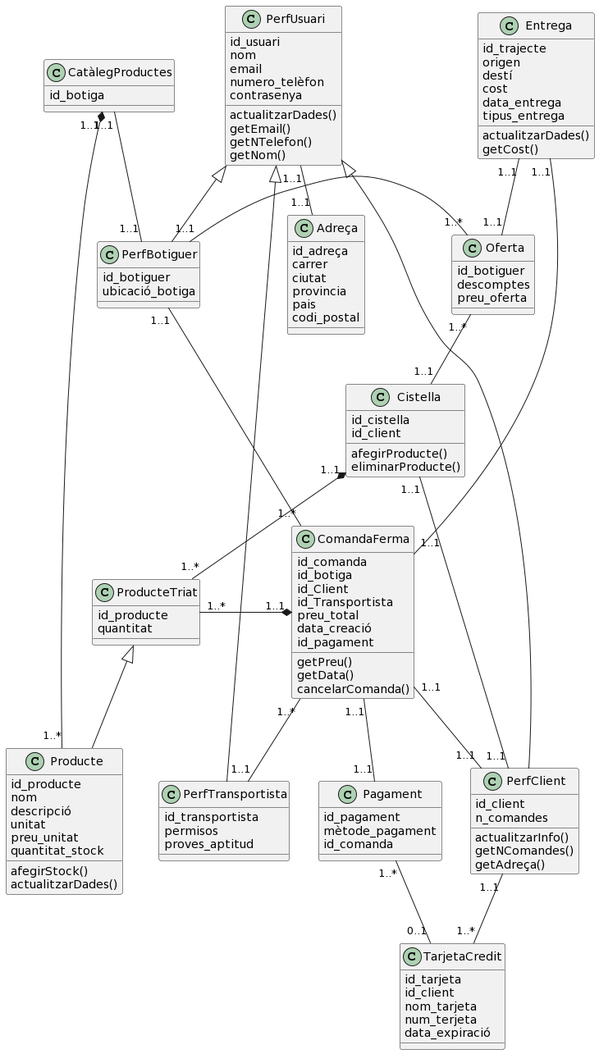
yeray142/es2022uab keeps this PlantUML diagram as diagrams/sprint3_diag_classes.png. Above is the earlier version.
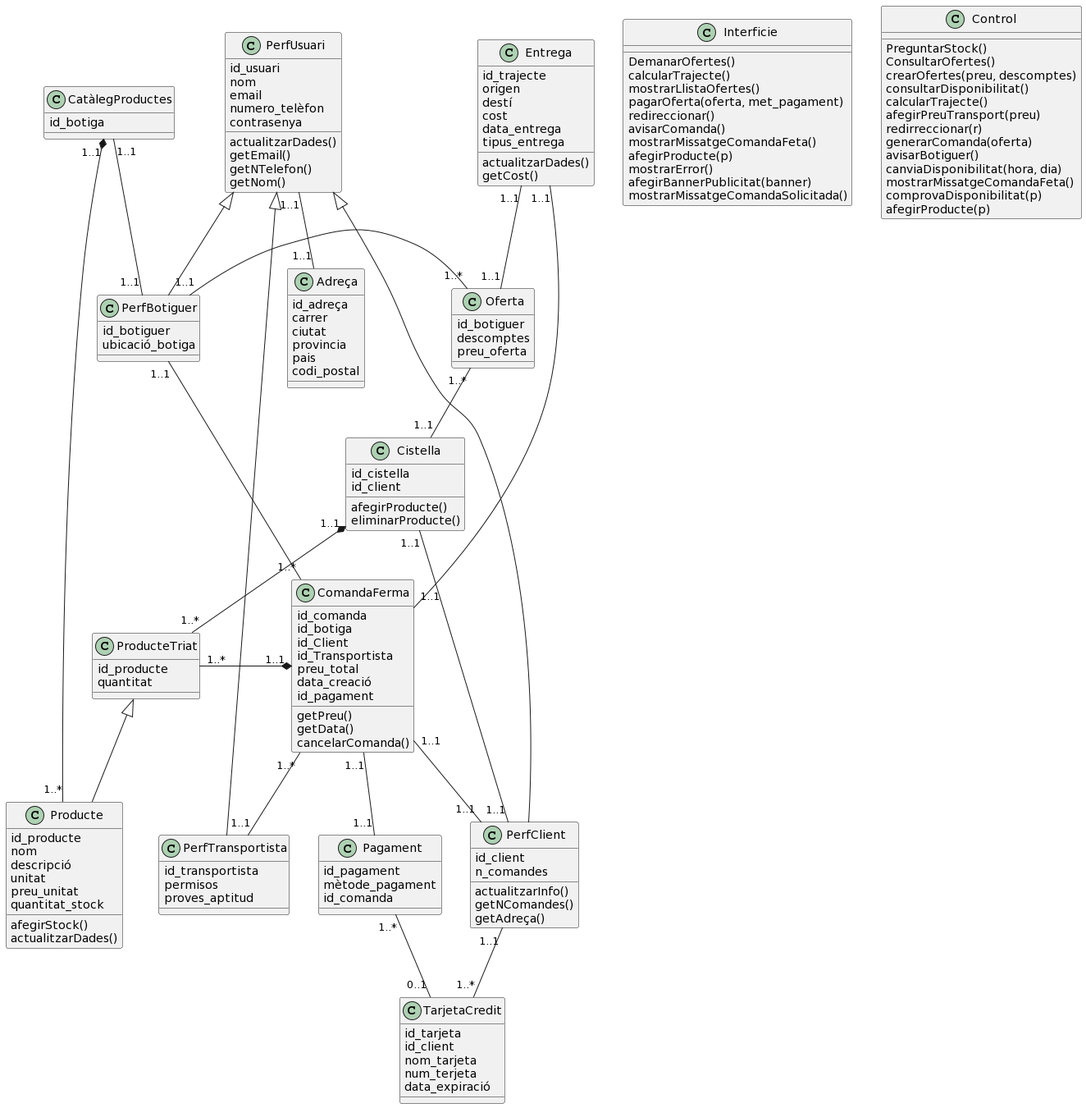
Later version of the same file.

Commit message:
Millores al diagrama de classes

Petits canvis al diagrama de classes.

What changed in the source:
```diff
@@ -138,4 +138,34 @@
 Pagament "1..*"--"0..1" TarjetaCredit
 PerfClient "1..1"--"1..*" TarjetaCredit
 ComandaFerma "1..1"--"1..1" Pagament
+
+class Interficie {
+DemanarOfertes()
+calcularTrajecte()
+mostrarLlistaOfertes()
+pagarOferta(oferta, met_pagament)
+redireccionar()
+avisarComanda()
+mostrarMissatgeComandaFeta()
+afegirProducte(p)
+mostrarError()
+afegirBannerPublicitat(banner)
+mostrarMissatgeComandaSolicitada()
+}
+
+class Control {
+PreguntarStock()
+ConsultarOfertes()
+crearOfertes(preu, descomptes)
+consultarDisponibilitat()
+calcularTrajecte()
+afegirPreuTransport(preu)
+redirreccionar(r)
+generarComanda(oferta)
+avisarBotiguer()
+canviaDisponibilitat(hora, dia)
+mostrarMissatgeComandaFeta()
+comprovaDisponibilitat(p)
+afegirProducte(p)
+}
 @enduml
```
